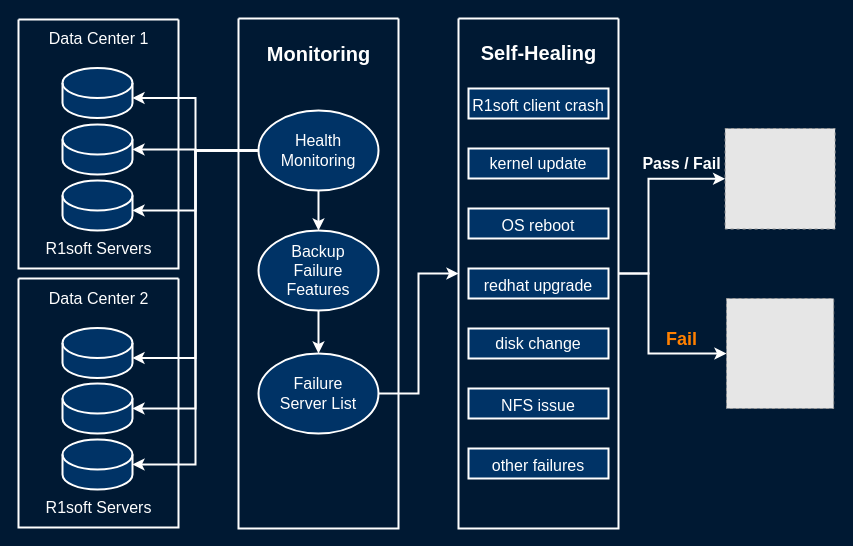
This is Untitled Diagram.drawio from r1soft/RH7-modules, a draw.io file, before an edit. Source tidied: cells renumbered, new cells numbered last; positions are measured from the earlier drawing's top-left corner, leaving out a move shared by most shapes. Both pictures are drawn from the tidied source at 100%, with x=0, y=0 at pixel (18, 18). Pictures stored in the file or linked from it are replaced by grey dashed boxes.
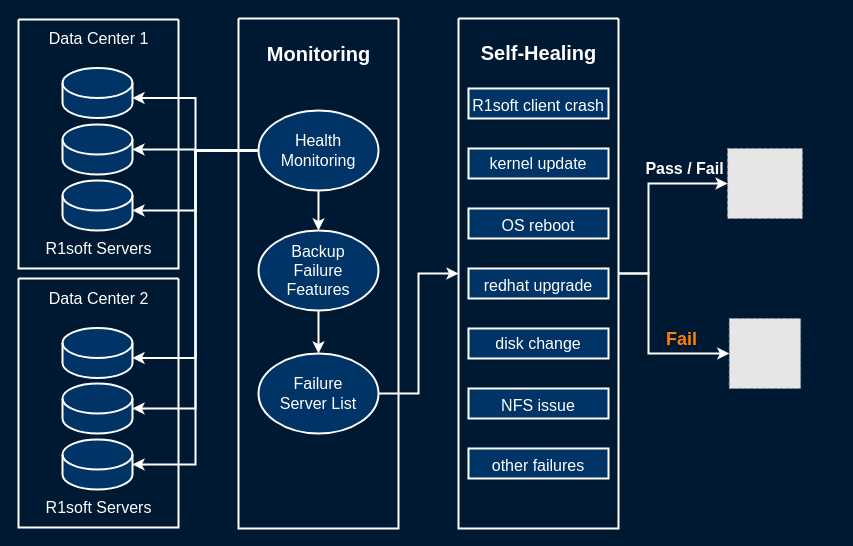
The same diagram, later.

The change refers to these unchanged cells:
```xml
<mxCell id="29" style="swimlane;startSize=0;fontSize=16;fontColor=#FFFFFF;strokeColor=#FFFFFF;strokeWidth=2;fillColor=#003366;" parent="1" vertex="1">
  <mxGeometry x="440" width="160" height="510" as="geometry" />
</mxCell>
```

Change to the diagram source:
```diff
@@
-    <mxCell id="27" style="edgeStyle=orthogonalEdgeStyle;rounded=0;jettySize=auto;html=1;exitX=1;exitY=0.5;exitDx=0;exitDy=0;entryX=0;entryY=0.5;entryDx=0;entryDy=0;fontSize=16;fontColor=#FFFFFF;strokeColor=#FFFFFF;strokeWidth=2;" parent="1" edge="1" source="29" target="39">
-      <mxGeometry relative="1" as="geometry">
-        <Array as="points">
-          <mxPoint x="630" y="255" />
-          <mxPoint x="630" y="160" />
-        </Array>
-      </mxGeometry>
-    </mxCell>
-    <mxCell id="28" style="edgeStyle=orthogonalEdgeStyle;rounded=0;jettySize=auto;html=1;exitX=1;exitY=0.5;exitDx=0;exitDy=0;entryX=0;entryY=0.5;entryDx=0;entryDy=0;fontSize=20;fontColor=#FFFFFF;strokeColor=#FFFFFF;strokeWidth=2;" parent="1" edge="1" source="29" target="40">
+    <mxCell id="28" style="edgeStyle=orthogonalEdgeStyle;rounded=0;jettySize=auto;html=1;exitX=1;exitY=0.5;exitDx=0;exitDy=0;entryX=0;entryY=0.5;entryDx=0;entryDy=0;fontSize=20;fontColor=#FFFFFF;strokeColor=#FFFFFF;strokeWidth=2;" parent="1" edge="1" source="29">
       <mxGeometry relative="1" as="geometry">
+        <mxPoint x="710.8" y="335" as="targetPoint" />
         <Array as="points">
           <mxPoint x="630" y="255" />
           <mxPoint x="630" y="335" />
         </Array>
       </mxGeometry>
     </mxCell>
+    <mxCell id="43" style="edgeStyle=orthogonalEdgeStyle;rounded=0;jettySize=auto;html=1;exitX=1;exitY=0.5;exitDx=0;exitDy=0;fontSize=18;fontColor=#FF8000;strokeColor=#FFFFFF;strokeWidth=2;" parent="1" edge="1" source="29" target="44">
+      <mxGeometry relative="1" as="geometry">
+        <Array as="points">
+          <mxPoint x="630" y="255" />
+          <mxPoint x="630" y="165" />
+        </Array>
+      </mxGeometry>
+    </mxCell>
@@
-    <mxCell id="39" style="fillColor=#E6E6E6;strokeColor=#999999;dashed=1;verticalLabelPosition=bottom;verticalAlign=top;fontSize=16;fontColor=#FFFFFF;" parent="1" vertex="1">
-      <mxGeometry x="706.6" y="110" width="110" height="100.5" as="geometry" />
-    </mxCell>
-    <mxCell id="40" style="fillColor=#E6E6E6;strokeColor=#999999;dashed=1;verticalLabelPosition=bottom;verticalAlign=top;fontSize=16;fontColor=#FFFFFF;" parent="1" vertex="1">
-      <mxGeometry x="708" y="280" width="107.2" height="110" as="geometry" />
-    </mxCell>
     <mxCell id="41" value="&lt;b&gt;Pass / Fail&lt;/b&gt;" style="text;html=1;align=center;verticalAlign=middle;strokeColor=none;fillColor=none;fontSize=16;fontColor=#FFFFFF;" parent="1" vertex="1">
-      <mxGeometry x="618" y="135" width="90" height="20" as="geometry" />
+      <mxGeometry x="620.8" y="140" width="90" height="20" as="geometry" />
     </mxCell>
@@
+    <mxCell id="44" style="fillColor=#E6E6E6;strokeColor=#999999;dashed=1;verticalLabelPosition=bottom;verticalAlign=top;fontSize=18;fontColor=#FF8000;" parent="1" vertex="1">
+      <mxGeometry x="709.1" y="130" width="74.8" height="70" as="geometry" />
+    </mxCell>
+    <mxCell id="45" style="fillColor=#E6E6E6;strokeColor=#999999;dashed=1;verticalLabelPosition=bottom;verticalAlign=top;fontSize=18;fontColor=#FF8000;" parent="1" vertex="1">
+      <mxGeometry x="710.8" y="300" width="71.3" height="70" as="geometry" />
+    </mxCell>
```
